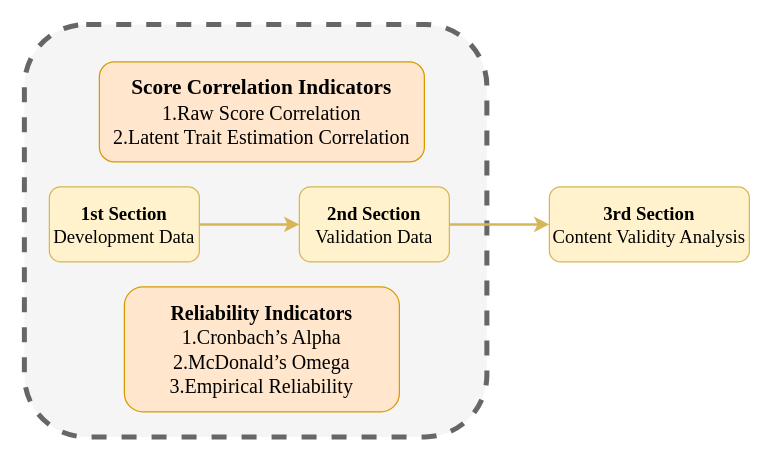
qipengchen/draw_io keeps this draw.io diagram as Untitled Diagram.drawio. Above is the earlier version. Source tidied: cells renumbered, new cells numbered last; positions are measured from the earlier drawing's top-left corner, leaving out a move shared by most shapes. Both pictures are drawn from the tidied source at 125%, with x=0, y=0 at pixel (24, 24).
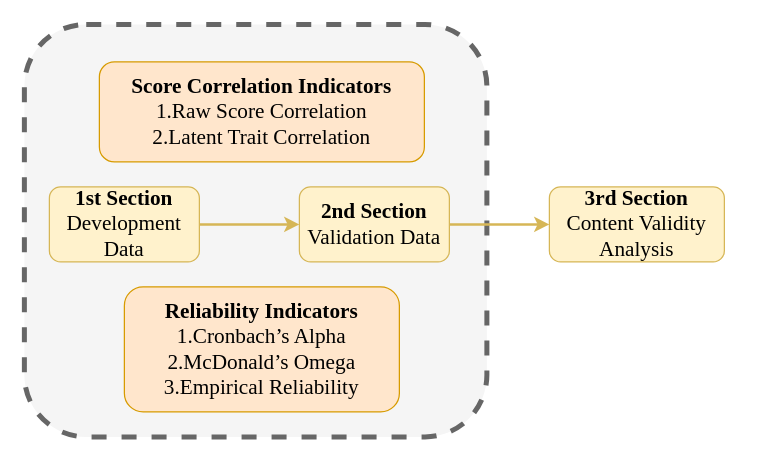
The same diagram, later.

The edit, as a diff of the source:
```diff
@@
 <mxGraphModel>
   <root>
     <mxCell id="0" />
     <mxCell id="1" parent="0" />
-    <mxCell id="2" style="rounded=1;whiteSpace=wrap;html=1;dashed=1;strokeWidth=4;strokeColor=#666666;fillColor=#f5f5f5;fontColor=#333333;" parent="1" vertex="1">
+    <mxCell id="2" style="rounded=1;whiteSpace=wrap;html=1;dashed=1;strokeWidth=4;strokeColor=#666666;fillColor=#f5f5f5;fontColor=#333333;fontSize=17;" parent="1" vertex="1">
       <mxGeometry width="370" height="330" as="geometry" />
     </mxCell>
-    <mxCell id="3" value="&lt;div style=&quot;&quot;&gt;&lt;br&gt;&lt;/div&gt;&lt;span style=&quot;font-family: &amp;quot;Times New Roman&amp;quot;, serif;&quot; lang=&quot;EN-US&quot;&gt;&lt;div style=&quot;&quot;&gt;&lt;span style=&quot;background-color: initial;&quot;&gt;&lt;b style=&quot;&quot;&gt;&lt;font style=&quot;font-size: 17px;&quot;&gt;Score Correlation Indicators&lt;/font&gt;&lt;/b&gt;&lt;/span&gt;&lt;/div&gt;&lt;/span&gt;&lt;div style=&quot;&quot;&gt;&lt;font face=&quot;Times New Roman, serif&quot;&gt;&lt;span style=&quot;font-size: 16px;&quot;&gt;1.Raw Score Correlation&lt;/span&gt;&lt;/font&gt;&lt;/div&gt;&lt;div&gt;&lt;div style=&quot;&quot;&gt;&lt;span style=&quot;font-size: 16px; font-family: &amp;quot;Times New Roman&amp;quot;, serif; background-color: initial;&quot;&gt;2.Latent Trait Estimation Correlation&lt;/span&gt;&lt;/div&gt;&lt;div style=&quot;&quot;&gt;&lt;br&gt;&lt;/div&gt;&lt;/div&gt;" style="rounded=1;whiteSpace=wrap;html=1;align=center;fillColor=#ffe6cc;strokeColor=#d79b00;" parent="1" vertex="1">
+    <mxCell id="3" value="&lt;div style=&quot;font-size: 17px;&quot;&gt;&lt;br style=&quot;font-size: 17px;&quot;&gt;&lt;/div&gt;&lt;span lang=&quot;EN-US&quot; style=&quot;font-family: &amp;quot;Times New Roman&amp;quot;, serif; font-size: 17px;&quot;&gt;&lt;div style=&quot;font-size: 17px;&quot;&gt;&lt;span style=&quot;background-color: initial; font-size: 17px;&quot;&gt;&lt;b style=&quot;font-size: 17px;&quot;&gt;&lt;font style=&quot;font-size: 17px;&quot;&gt;Score Correlation Indicators&lt;/font&gt;&lt;/b&gt;&lt;/span&gt;&lt;/div&gt;&lt;/span&gt;&lt;div style=&quot;font-size: 17px;&quot;&gt;&lt;font face=&quot;Times New Roman, serif&quot; style=&quot;font-size: 17px;&quot;&gt;&lt;span style=&quot;font-size: 17px;&quot;&gt;1.Raw Score Correlation&lt;/span&gt;&lt;/font&gt;&lt;/div&gt;&lt;div style=&quot;font-size: 17px;&quot;&gt;&lt;div style=&quot;font-size: 17px;&quot;&gt;&lt;span style=&quot;font-size: 17px; font-family: &amp;quot;Times New Roman&amp;quot;, serif; background-color: initial;&quot;&gt;2.Latent Trait Correlation&lt;/span&gt;&lt;/div&gt;&lt;div style=&quot;font-size: 17px;&quot;&gt;&lt;br style=&quot;font-size: 17px;&quot;&gt;&lt;/div&gt;&lt;/div&gt;" style="rounded=1;whiteSpace=wrap;html=1;align=center;fillColor=#ffe6cc;strokeColor=#d79b00;fontSize=17;" parent="1" vertex="1">
       <mxGeometry x="60" y="30" width="260" height="80" as="geometry" />
     </mxCell>
-    <mxCell id="4" style="edgeStyle=orthogonalEdgeStyle;rounded=0;jettySize=auto;html=1;fontFamily=Times New Roman;fontSize=15;fillColor=#fff2cc;strokeColor=#d6b656;strokeWidth=2;" parent="1" edge="1" source="5" target="7">
+    <mxCell id="4" style="edgeStyle=orthogonalEdgeStyle;rounded=0;jettySize=auto;html=1;fontFamily=Times New Roman;fontSize=17;fillColor=#fff2cc;strokeColor=#d6b656;strokeWidth=2;" parent="1" edge="1" source="5" target="7">
       <mxGeometry relative="1" as="geometry" />
     </mxCell>
-    <mxCell id="5" value="&lt;div&gt;&lt;b&gt;1st Section&lt;/b&gt;&lt;/div&gt;Development Data" style="rounded=1;whiteSpace=wrap;html=1;fontFamily=Times New Roman;fontSize=15;fillColor=#fff2cc;strokeColor=#d6b656;" parent="1" vertex="1">
+    <mxCell id="5" value="&lt;div style=&quot;font-size: 17px;&quot;&gt;&lt;b style=&quot;font-size: 17px;&quot;&gt;1st Section&lt;/b&gt;&lt;/div&gt;Development Data" style="rounded=1;whiteSpace=wrap;html=1;fontFamily=Times New Roman;fontSize=17;fillColor=#fff2cc;strokeColor=#d6b656;" parent="1" vertex="1">
       <mxGeometry x="20" y="130" width="120" height="60" as="geometry" />
     </mxCell>
-    <mxCell id="6" style="edgeStyle=orthogonalEdgeStyle;rounded=0;jettySize=auto;html=1;fontFamily=Times New Roman;fontSize=15;fillColor=#fff2cc;strokeColor=#d6b656;strokeWidth=2;" parent="1" edge="1" source="7" target="8">
+    <mxCell id="6" style="edgeStyle=orthogonalEdgeStyle;rounded=0;jettySize=auto;html=1;fontFamily=Times New Roman;fontSize=17;fillColor=#fff2cc;strokeColor=#d6b656;strokeWidth=2;" parent="1" edge="1" source="7" target="8">
       <mxGeometry relative="1" as="geometry" />
     </mxCell>
-    <mxCell id="7" value="&lt;b&gt;2nd Section&lt;/b&gt;&lt;br&gt;Validation Data" style="whiteSpace=wrap;html=1;rounded=1;fontFamily=Times New Roman;fontSize=15;fillColor=#fff2cc;strokeColor=#d6b656;" parent="1" vertex="1">
+    <mxCell id="7" value="&lt;b style=&quot;font-size: 17px;&quot;&gt;2nd Section&lt;/b&gt;&lt;br style=&quot;font-size: 17px;&quot;&gt;Validation Data" style="whiteSpace=wrap;html=1;rounded=1;fontFamily=Times New Roman;fontSize=17;fillColor=#fff2cc;strokeColor=#d6b656;" parent="1" vertex="1">
       <mxGeometry x="220" y="130" width="120" height="60" as="geometry" />
     </mxCell>
-    <mxCell id="8" value="&lt;div&gt;&lt;b&gt;3rd Section&lt;/b&gt;&lt;/div&gt;Content Validity Analysis" style="whiteSpace=wrap;html=1;rounded=1;fontFamily=Times New Roman;fontSize=15;fillColor=#fff2cc;strokeColor=#d6b656;" parent="1" vertex="1">
-      <mxGeometry x="420" y="130" width="160" height="60" as="geometry" />
+    <mxCell id="8" value="&lt;div style=&quot;font-size: 17px;&quot;&gt;&lt;b style=&quot;font-size: 17px;&quot;&gt;3rd Section&lt;/b&gt;&lt;/div&gt;Content Validity Analysis" style="whiteSpace=wrap;html=1;rounded=1;fontFamily=Times New Roman;fontSize=17;fillColor=#fff2cc;strokeColor=#d6b656;" parent="1" vertex="1">
+      <mxGeometry x="420" y="130" width="140" height="60" as="geometry" />
     </mxCell>
-    <mxCell id="9" value="&lt;b&gt;Reliability Indicators&lt;/b&gt;&lt;br style=&quot;font-size: 16px;&quot;&gt;1.&lt;span style=&quot;background-color: initial; font-size: 16px;&quot;&gt;Cronbach’s Alpha&lt;/span&gt;&lt;div style=&quot;font-size: 16px;&quot;&gt;&lt;span style=&quot;font-size: 16px;&quot; lang=&quot;EN-US&quot;&gt;2.McDonald’s Omega&lt;/span&gt;&lt;/div&gt;&lt;div style=&quot;font-size: 16px;&quot;&gt;&lt;font style=&quot;font-size: 16px;&quot;&gt;&lt;span style=&quot;font-size: 16px;&quot;&gt;3.Empirical Reliability&lt;/span&gt;&lt;/font&gt;&lt;/div&gt;" style="rounded=1;whiteSpace=wrap;html=1;fontSize=16;fontFamily=Times New Roman;fillColor=#ffe6cc;strokeColor=#d79b00;" parent="1" vertex="1">
+    <mxCell id="9" value="&lt;b style=&quot;font-size: 17px;&quot;&gt;Reliability Indicators&lt;/b&gt;&lt;br style=&quot;font-size: 17px;&quot;&gt;1.&lt;span style=&quot;background-color: initial; font-size: 17px;&quot;&gt;Cronbach’s Alpha&lt;/span&gt;&lt;div style=&quot;font-size: 17px;&quot;&gt;&lt;span lang=&quot;EN-US&quot; style=&quot;font-size: 17px;&quot;&gt;2.McDonald’s Omega&lt;/span&gt;&lt;/div&gt;&lt;div style=&quot;font-size: 17px;&quot;&gt;&lt;font style=&quot;font-size: 17px;&quot;&gt;&lt;span style=&quot;font-size: 17px;&quot;&gt;3.Empirical Reliability&lt;/span&gt;&lt;/font&gt;&lt;/div&gt;" style="rounded=1;whiteSpace=wrap;html=1;fontSize=17;fontFamily=Times New Roman;fillColor=#ffe6cc;strokeColor=#d79b00;" parent="1" vertex="1">
       <mxGeometry x="80" y="210" width="220" height="100" as="geometry" />
     </mxCell>
   </root>
 </mxGraphModel>
```
